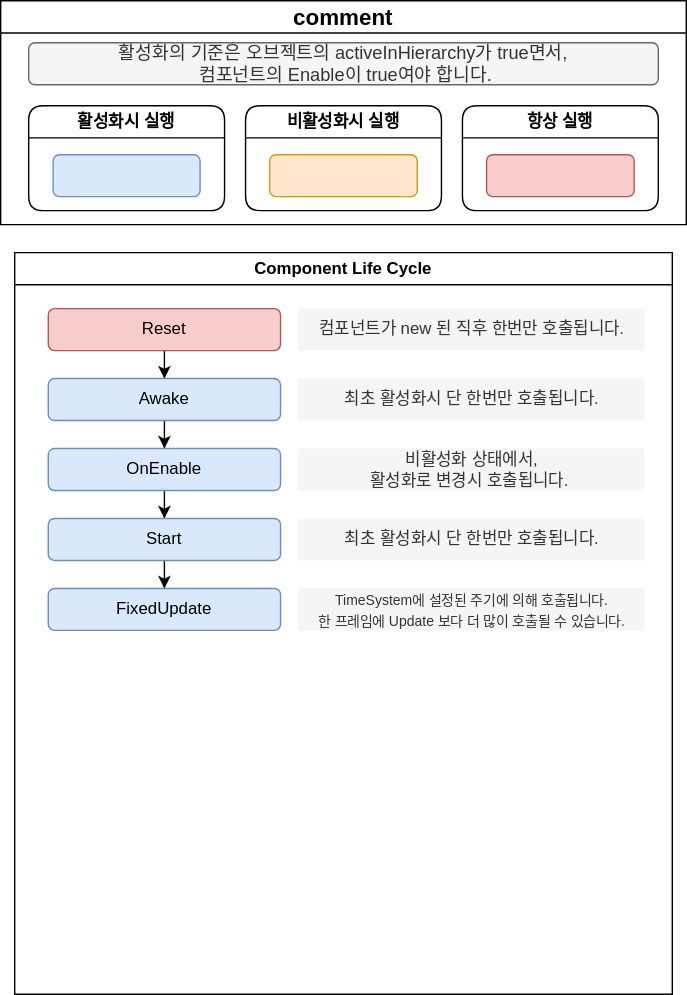
The draw.io diagram Diagram/ComponentLifeCycleFlowchart.drawio.svg in Scarecrow37/VanishingGround, before a commit. Source tidied: cells renumbered, new cells last; positions are measured from the earlier drawing's top-left corner, leaving out a move shared by most shapes.
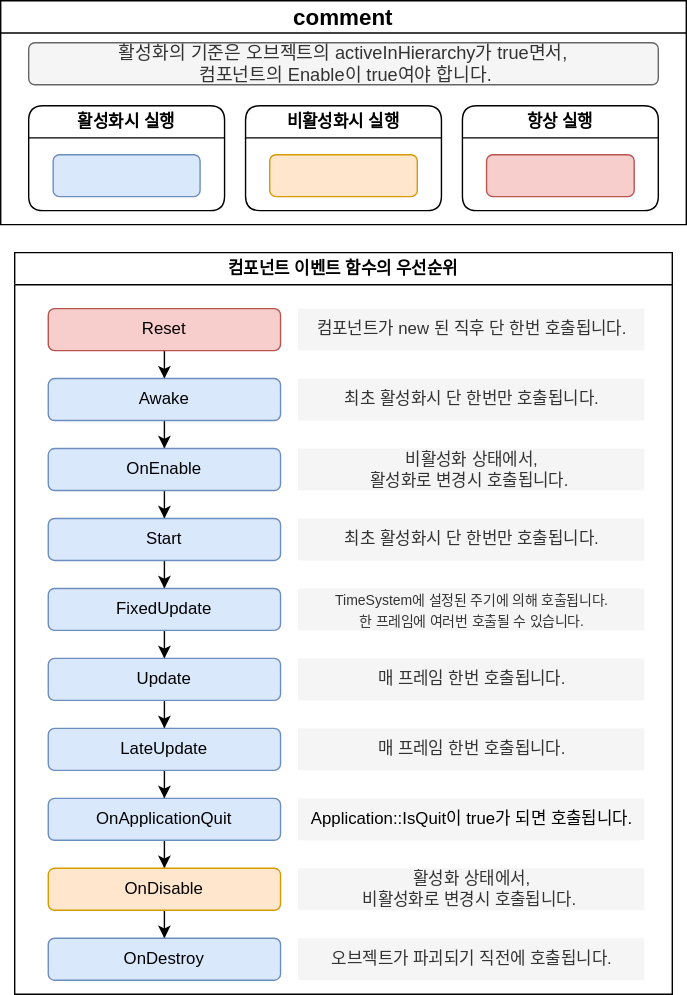
The same file after the commit.

What changed in the source:
```diff
@@ -2,7 +2,7 @@
   <root>
     <mxCell id="0" />
     <mxCell id="1" parent="0" />
-    <mxCell id="2" value="Component Life Cycle" style="swimlane;whiteSpace=wrap;html=1;" parent="1" vertex="1">
+    <mxCell id="2" value="컴포넌트 이벤트 함수의 우선순위" style="swimlane;whiteSpace=wrap;html=1;" parent="1" vertex="1">
       <mxGeometry x="10" y="180" width="470" height="530" as="geometry" />
     </mxCell>
     <mxCell id="3" style="edgeStyle=orthogonalEdgeStyle;rounded=0;jettySize=auto;html=1;" parent="2" edge="1" source="4" target="7">
@@ -11,7 +11,7 @@
     <mxCell id="4" value="Reset" style="rounded=1;whiteSpace=wrap;html=1;fillColor=#f8cecc;strokeColor=#b85450;" parent="2" vertex="1">
       <mxGeometry x="24" y="40" width="166" height="30" as="geometry" />
     </mxCell>
-    <mxCell id="5" value="컴포넌트가 new 된 직후 한번만 호출됩니다." style="text;html=1;align=center;verticalAlign=middle;whiteSpace=wrap;rounded=0;fillColor=#f5f5f5;strokeColor=none;fontColor=#333333;" parent="2" vertex="1">
+    <mxCell id="5" value="컴포넌트가 new 된 직후 단 한번 호출됩니다." style="text;html=1;align=center;verticalAlign=middle;whiteSpace=wrap;rounded=0;fillColor=#f5f5f5;strokeColor=none;fontColor=#333333;" parent="2" vertex="1">
       <mxGeometry x="202.5" y="40" width="247.5" height="30" as="geometry" />
     </mxCell>
     <mxCell id="6" style="edgeStyle=orthogonalEdgeStyle;rounded=0;jettySize=auto;html=1;" parent="2" edge="1" source="7" target="10">
@@ -41,12 +41,57 @@
     <mxCell id="14" value="최초 활성화시 단 한번만 호출됩니다." style="text;html=1;align=center;verticalAlign=middle;whiteSpace=wrap;rounded=0;fillColor=#f5f5f5;strokeColor=none;fontColor=#333333;" parent="2" vertex="1">
       <mxGeometry x="202.5" y="190" width="247.5" height="30" as="geometry" />
     </mxCell>
+    <mxCell id="25" style="edgeStyle=orthogonalEdgeStyle;rounded=0;jettySize=auto;html=1;" parent="2" edge="1" source="15" target="27">
+      <mxGeometry relative="1" as="geometry" />
+    </mxCell>
     <mxCell id="15" value="FixedUpdate" style="rounded=1;whiteSpace=wrap;html=1;fillColor=#dae8fc;strokeColor=#6c8ebf;" parent="2" vertex="1">
       <mxGeometry x="24" y="240" width="166" height="30" as="geometry" />
     </mxCell>
-    <mxCell id="16" value="&lt;font style=&quot;font-size: 10px;&quot;&gt;TimeSystem에 설정된 주기에 의해 호출됩니다.&lt;/font&gt;&lt;div&gt;&lt;font style=&quot;font-size: 10px;&quot;&gt;한 프레임에 Update 보다 더 많이 호출될 수 있습니다.&lt;/font&gt;&lt;/div&gt;" style="text;html=1;align=center;verticalAlign=middle;whiteSpace=wrap;rounded=0;fillColor=#f5f5f5;strokeColor=none;fontColor=#333333;" parent="2" vertex="1">
+    <mxCell id="16" value="&lt;font style=&quot;font-size: 10px;&quot;&gt;TimeSystem에 설정된 주기에 의해 호출됩니다.&lt;/font&gt;&lt;div&gt;&lt;font style=&quot;font-size: 10px;&quot;&gt;한 프레임에 여러번 호출될 수 있습니다.&lt;/font&gt;&lt;/div&gt;" style="text;html=1;align=center;verticalAlign=middle;whiteSpace=wrap;rounded=0;fillColor=#f5f5f5;strokeColor=none;fontColor=#333333;" parent="2" vertex="1">
       <mxGeometry x="202.5" y="240" width="247.5" height="30" as="geometry" />
     </mxCell>
+    <mxCell id="26" style="edgeStyle=orthogonalEdgeStyle;rounded=0;jettySize=auto;html=1;entryX=0.5;entryY=0;entryDx=0;entryDy=0;" parent="2" edge="1" source="27" target="30">
+      <mxGeometry relative="1" as="geometry" />
+    </mxCell>
+    <mxCell id="27" value="Update" style="rounded=1;whiteSpace=wrap;html=1;fillColor=#dae8fc;strokeColor=#6c8ebf;" parent="2" vertex="1">
+      <mxGeometry x="24" y="290" width="166" height="30" as="geometry" />
+    </mxCell>
+    <mxCell id="28" value="매 프레임 한번 호출됩니다." style="text;html=1;align=center;verticalAlign=middle;whiteSpace=wrap;rounded=0;fillColor=#f5f5f5;strokeColor=none;fontColor=#333333;" parent="2" vertex="1">
+      <mxGeometry x="202.5" y="290" width="247.5" height="30" as="geometry" />
+    </mxCell>
+    <mxCell id="29" style="edgeStyle=orthogonalEdgeStyle;rounded=0;jettySize=auto;html=1;" parent="2" edge="1" source="30" target="33">
+      <mxGeometry relative="1" as="geometry" />
+    </mxCell>
+    <mxCell id="30" value="LateUpdate" style="rounded=1;whiteSpace=wrap;html=1;fillColor=#dae8fc;strokeColor=#6c8ebf;" parent="2" vertex="1">
+      <mxGeometry x="24" y="340" width="166" height="30" as="geometry" />
+    </mxCell>
+    <mxCell id="31" value="매 프레임 한번 호출됩니다." style="text;html=1;align=center;verticalAlign=middle;whiteSpace=wrap;rounded=0;fillColor=#f5f5f5;strokeColor=none;fontColor=#333333;" parent="2" vertex="1">
+      <mxGeometry x="202.5" y="340" width="247.5" height="30" as="geometry" />
+    </mxCell>
+    <mxCell id="32" style="edgeStyle=orthogonalEdgeStyle;rounded=0;jettySize=auto;html=1;" parent="2" edge="1" source="33" target="36">
+      <mxGeometry relative="1" as="geometry" />
+    </mxCell>
+    <mxCell id="33" value="OnApplicationQuit" style="rounded=1;whiteSpace=wrap;html=1;fillColor=#dae8fc;strokeColor=#6c8ebf;" parent="2" vertex="1">
+      <mxGeometry x="24" y="390" width="166" height="30" as="geometry" />
+    </mxCell>
+    <mxCell id="34" value="&lt;span style=&quot;color: rgb(0, 0, 0);&quot;&gt;Application::IsQuit이 true가 되면 호출됩니다.&lt;/span&gt;" style="text;html=1;align=center;verticalAlign=middle;whiteSpace=wrap;rounded=0;fillColor=#f5f5f5;strokeColor=none;fontColor=#333333;" parent="2" vertex="1">
+      <mxGeometry x="202.5" y="390" width="247.5" height="30" as="geometry" />
+    </mxCell>
+    <mxCell id="35" style="edgeStyle=orthogonalEdgeStyle;rounded=0;jettySize=auto;html=1;" parent="2" edge="1" source="36" target="38">
+      <mxGeometry relative="1" as="geometry" />
+    </mxCell>
+    <mxCell id="36" value="OnDisable" style="rounded=1;whiteSpace=wrap;html=1;fillColor=#ffe6cc;strokeColor=#d79b00;" parent="2" vertex="1">
+      <mxGeometry x="24" y="440" width="166" height="30" as="geometry" />
+    </mxCell>
+    <mxCell id="37" value="활성화 상태에서,&lt;div&gt;비활성화로 변경시 호출됩니다.&amp;nbsp;&lt;/div&gt;" style="text;html=1;align=center;verticalAlign=middle;whiteSpace=wrap;rounded=0;fillColor=#f5f5f5;strokeColor=none;fontColor=#333333;" parent="2" vertex="1">
+      <mxGeometry x="202.5" y="440" width="247.5" height="30" as="geometry" />
+    </mxCell>
+    <mxCell id="38" value="OnDestroy" style="rounded=1;whiteSpace=wrap;html=1;fillColor=#dae8fc;strokeColor=#6c8ebf;" parent="2" vertex="1">
+      <mxGeometry x="24" y="490" width="166" height="30" as="geometry" />
+    </mxCell>
+    <mxCell id="39" value="오브젝트가 파괴되기 직전에 호출됩니다." style="text;html=1;align=center;verticalAlign=middle;whiteSpace=wrap;rounded=0;fillColor=#f5f5f5;strokeColor=none;fontColor=#333333;" parent="2" vertex="1">
+      <mxGeometry x="202.5" y="490" width="247.5" height="30" as="geometry" />
+    </mxCell>
     <mxCell id="17" value="&lt;span style=&quot;font-family: Arial, sans-serif; text-align: start;&quot;&gt;&lt;font style=&quot;color: rgb(0, 0, 0); font-size: 16px;&quot;&gt;comment&lt;/font&gt;&lt;/span&gt;" style="swimlane;whiteSpace=wrap;html=1;" parent="1" vertex="1">
       <mxGeometry width="490" height="160" as="geometry" />
     </mxCell>
```
